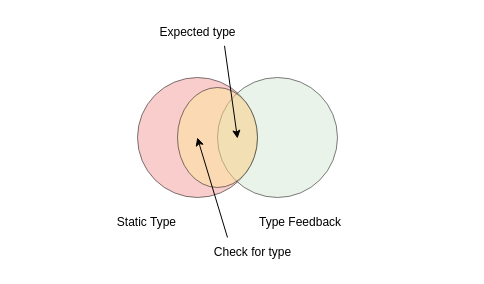
Above: page "Used slots" (8 of 8) of diagrams/diagrams.drawio in rihafilip/master-thesis (draw.io), before the change. Source tidied: cells renumbered, new cells numbered last; positions are measured from the earlier drawing's top-left corner, leaving out a move shared by most shapes. Both pictures are drawn from the tidied source at 100%, with x=0, y=0 at pixel (17, 17).
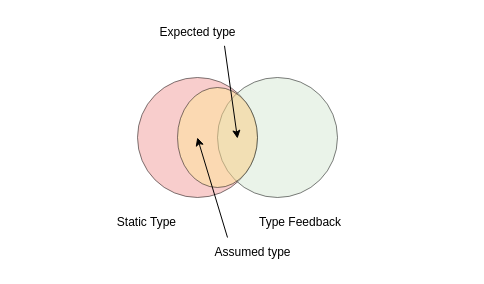
Above is the later version.

Change to the diagram source:
```diff
@@
 <mxGraphModel>
   <root>
     <mxCell id="0" />
     <mxCell id="1" parent="0" />
     <mxCell id="2" style="ellipse;whiteSpace=wrap;html=1;fillColor=#F19C99;fillStyle=auto;opacity=50;" parent="1" vertex="1">
       <mxGeometry x="120" y="60" width="120" height="120" as="geometry" />
     </mxCell>
     <mxCell id="3" style="ellipse;whiteSpace=wrap;html=1;fillColor=#D5E8D4;fillStyle=auto;opacity=50;" parent="1" vertex="1">
       <mxGeometry x="200" y="60" width="120" height="120" as="geometry" />
     </mxCell>
     <mxCell id="4" value="Type Feedback" style="text;html=1;align=left;verticalAlign=middle;strokeColor=none;fillColor=none;" parent="1" vertex="1">
       <mxGeometry x="240" y="190" width="210" height="30" as="geometry" />
     </mxCell>
     <mxCell id="5" value="Static Type" style="text;html=1;align=right;verticalAlign=middle;strokeColor=none;fillColor=none;" parent="1" vertex="1">
       <mxGeometry y="190" width="160" height="30" as="geometry" />
     </mxCell>
     <mxCell id="6" value="Expected type" style="text;html=1;align=center;verticalAlign=middle;points=[];strokeColor=none;fillColor=none;" parent="1" vertex="1">
       <mxGeometry x="130" width="100" height="30" as="geometry" />
     </mxCell>
     <mxCell id="7" style="ellipse;whiteSpace=wrap;html=1;fillColor=#FFE599;opacity=50;" parent="1" vertex="1">
       <mxGeometry x="160" y="70" width="80" height="100" as="geometry" />
     </mxCell>
     <mxCell id="8" style="endArrow=classic;html=1;rounded=0;" parent="1" edge="1">
       <mxGeometry relative="1" as="geometry">
         <mxPoint x="210" y="220" as="sourcePoint" />
         <mxPoint x="179.8" y="120" as="targetPoint" />
       </mxGeometry>
     </mxCell>
-    <mxCell id="9" value="Check for type" style="text;html=1;align=center;verticalAlign=middle;strokeColor=none;fillColor=none;" parent="1" vertex="1">
+    <mxCell id="9" value="Assumed type" style="text;html=1;align=center;verticalAlign=middle;strokeColor=none;fillColor=none;" parent="1" vertex="1">
       <mxGeometry x="185" y="220" width="100" height="30" as="geometry" />
     </mxCell>
     <mxCell id="10" style="endArrow=classic;html=1;rounded=0;exitX=0.77;exitY=0.944;exitDx=0;exitDy=0;exitPerimeter=0;" parent="1" edge="1" source="6">
       <mxGeometry relative="1" as="geometry">
         <mxPoint x="220" y="121" as="targetPoint" />
       </mxGeometry>
     </mxCell>
   </root>
 </mxGraphModel>
```
